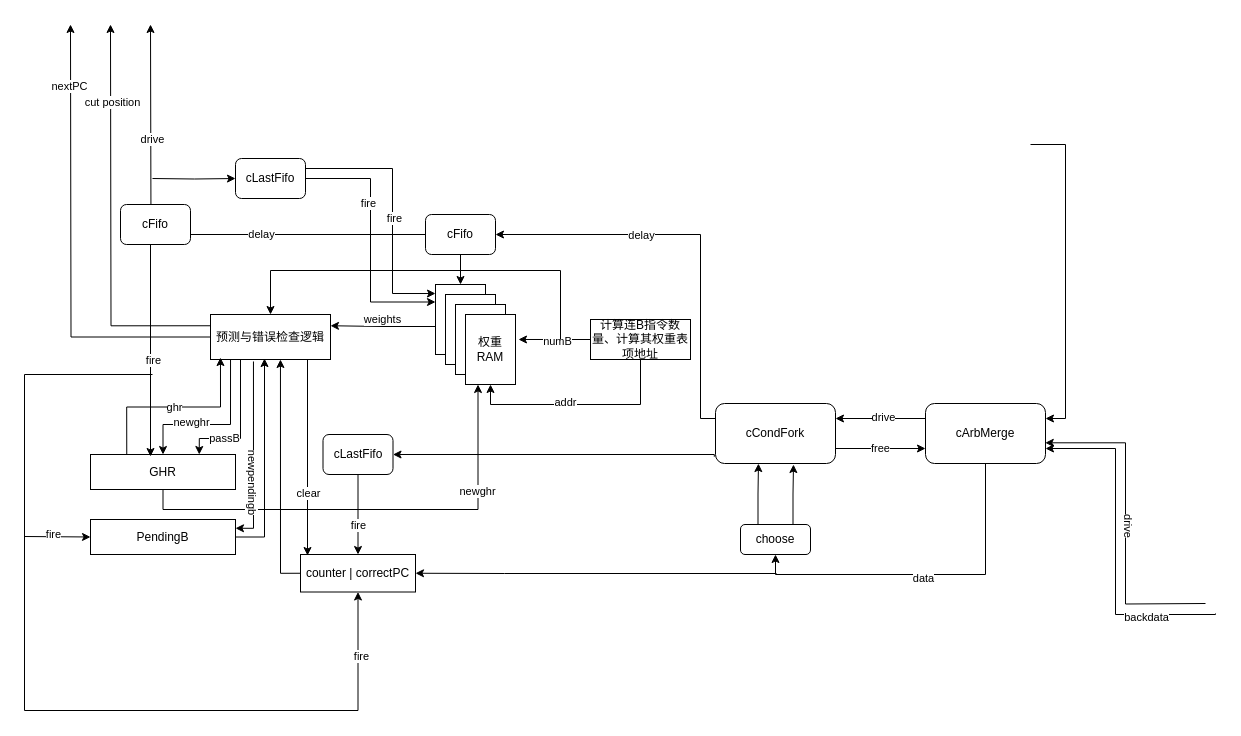
zhangxm99/LZUcomputer keeps this draw.io diagram as page "BProcess" (2 of 2) of asyncFrontendOverview.drawio. Above is the earlier version. Source tidied: cells renumbered, new cells numbered last; positions are measured from the earlier drawing's top-left corner, leaving out a move shared by most shapes. Both pictures are drawn from the tidied source at 100%, with x=0, y=0 at pixel (24, 24).
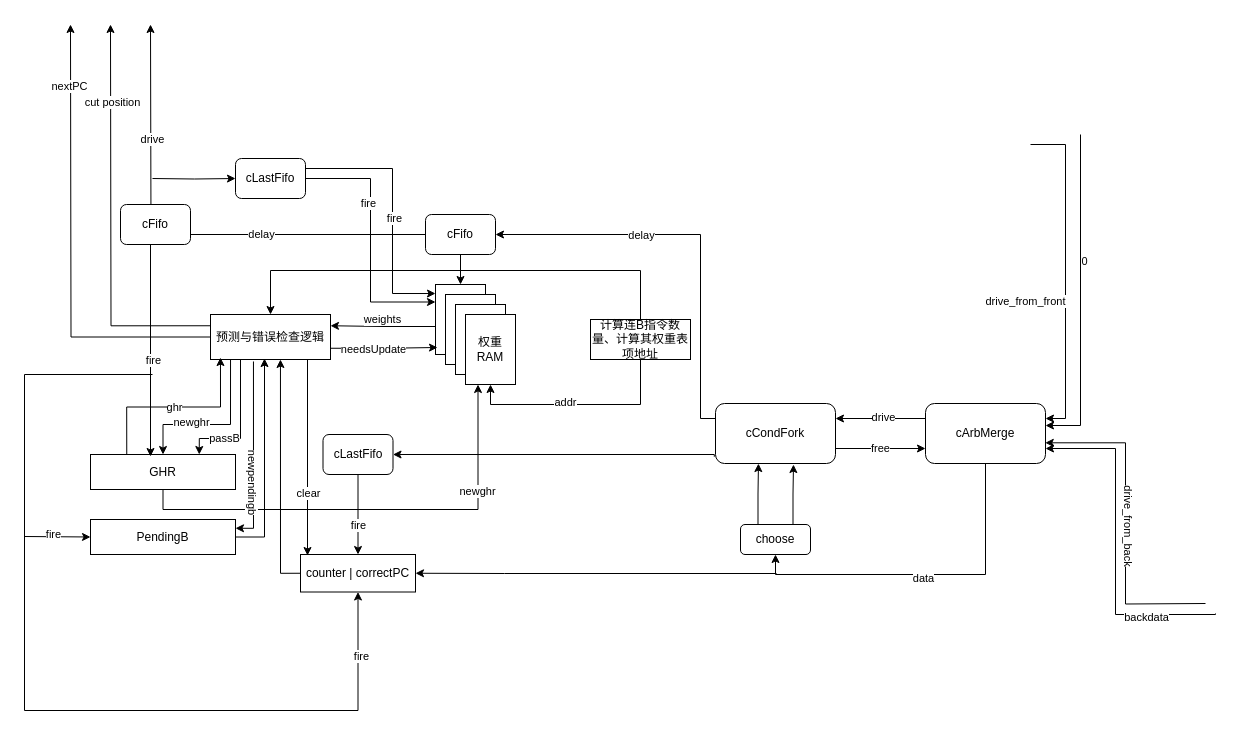
After the change.

The change refers to these unchanged cells:
```xml
<mxCell id="4" style="edgeStyle=orthogonalEdgeStyle;rounded=0;jettySize=auto;html=1;entryX=1;entryY=0.25;entryDx=0;entryDy=0;" parent="1" edge="1" target="5">
  <mxGeometry relative="1" as="geometry">
    <mxPoint x="1006" y="120" as="sourcePoint" />
    <Array as="points">
      <mxPoint x="1041" y="120" />
      <mxPoint x="1041" y="394" />
    </Array>
  </mxGeometry>
</mxCell>
<mxCell id="6" style="endArrow=classic;html=1;rounded=0;edgeStyle=orthogonalEdgeStyle;entryX=0.998;entryY=0.655;entryDx=0;entryDy=0;entryPerimeter=0;" parent="1" edge="1" target="5">
  <mxGeometry relative="1" as="geometry">
    <mxPoint x="1181" y="579" as="sourcePoint" />
  </mxGeometry>
</mxCell>
<mxCell id="21" value="计算连B指令数量、计算其权重表项地址" style="rounded=0;whiteSpace=wrap;html=1;" parent="1" vertex="1">
  <mxGeometry x="566" y="295" width="100" height="40" as="geometry" />
</mxCell>
<mxCell id="31" style="rounded=0;whiteSpace=wrap;html=1;" parent="1" vertex="1">
  <mxGeometry x="411" y="260" width="50" height="70" as="geometry" />
</mxCell>
<mxCell id="34" value="权重RAM" style="rounded=0;whiteSpace=wrap;html=1;" parent="1" vertex="1">
  <mxGeometry x="441" y="290" width="50" height="70" as="geometry" />
</mxCell>
<mxCell id="45" value="预测与错误检查逻辑" style="rounded=0;whiteSpace=wrap;html=1;" parent="1" vertex="1">
  <mxGeometry x="186" y="290" width="120" height="45" as="geometry" />
</mxCell>
```

Diff of the diagram source:
```diff
@@
+    <mxCell id="76" value="drive_from_front" style="edgeLabel;html=1;align=center;verticalAlign=middle;" parent="4" vertex="1">
+      <mxGeometry x="0.16" y="-2" relative="1" as="geometry">
+        <mxPoint x="-39" as="offset" />
+      </mxGeometry>
+    </mxCell>
+    <mxCell id="77" style="edgeStyle=orthogonalEdgeStyle;rounded=0;orthogonalLoop=1;jettySize=auto;html=1;exitX=1;exitY=0.5;exitDx=0;exitDy=0;entryX=1;entryY=0.5;entryDx=0;entryDy=0;" parent="1" edge="1">
+      <mxGeometry relative="1" as="geometry">
+        <mxPoint x="1056" y="110" as="sourcePoint" />
+        <mxPoint x="1021" y="401" as="targetPoint" />
+        <Array as="points">
+          <mxPoint x="1056" y="401" />
+        </Array>
+      </mxGeometry>
+    </mxCell>
+    <mxCell id="78" value="0" style="edgeLabel;html=1;align=center;verticalAlign=middle;" parent="77" vertex="1">
+      <mxGeometry x="-0.23" y="3" relative="1" as="geometry" />
+    </mxCell>
@@
-    <mxCell id="7" value="drive" style="edgeLabel;html=1;align=center;verticalAlign=middle;rotation=90;" parent="6" vertex="1">
+    <mxCell id="7" value="drive_from_back" style="edgeLabel;html=1;align=center;verticalAlign=middle;rotation=90;" parent="6" vertex="1">
       <mxGeometry x="-0.01" y="-3" relative="1" as="geometry" />
     </mxCell>
@@
-    <mxCell id="35" style="edgeStyle=orthogonalEdgeStyle;rounded=0;jettySize=auto;html=1;exitX=0;exitY=0.5;exitDx=0;exitDy=0;entryX=1.06;entryY=0.357;entryDx=0;entryDy=0;entryPerimeter=0;" parent="1" edge="1" source="21" target="34">
-      <mxGeometry relative="1" as="geometry" />
-    </mxCell>
-    <mxCell id="36" value="numB" style="edgeLabel;html=1;align=center;verticalAlign=middle;" parent="35" vertex="1">
-      <mxGeometry x="-0.08" y="2" relative="1" as="geometry" />
-    </mxCell>
@@
-    <mxCell id="69" style="edgeStyle=orthogonalEdgeStyle;rounded=0;jettySize=auto;html=1;entryX=0.5;entryY=0;entryDx=0;entryDy=0;" parent="1" edge="1" target="45">
+    <mxCell id="69" style="edgeStyle=orthogonalEdgeStyle;rounded=0;jettySize=auto;html=1;entryX=0.5;entryY=0;entryDx=0;entryDy=0;exitX=0.5;exitY=0;exitDx=0;exitDy=0;" parent="1" edge="1" source="21" target="45">
       <mxGeometry relative="1" as="geometry">
-        <mxPoint x="536" y="315" as="sourcePoint" />
         <Array as="points">
-          <mxPoint x="536" y="246" />
+          <mxPoint x="616" y="246" />
           <mxPoint x="246" y="246" />
         </Array>
       </mxGeometry>
     </mxCell>
@@
+    <mxCell id="79" style="edgeStyle=orthogonalEdgeStyle;rounded=0;jettySize=auto;html=1;exitX=1;exitY=0.75;exitDx=0;exitDy=0;entryX=0.04;entryY=0.9;entryDx=0;entryDy=0;entryPerimeter=0;" parent="1" edge="1" source="45" target="31">
+      <mxGeometry relative="1" as="geometry" />
+    </mxCell>
+    <mxCell id="80" value="needsUpdate" style="edgeLabel;html=1;align=center;verticalAlign=middle;" parent="79" vertex="1">
+      <mxGeometry x="-0.2" y="-1" relative="1" as="geometry" />
+    </mxCell>
```
